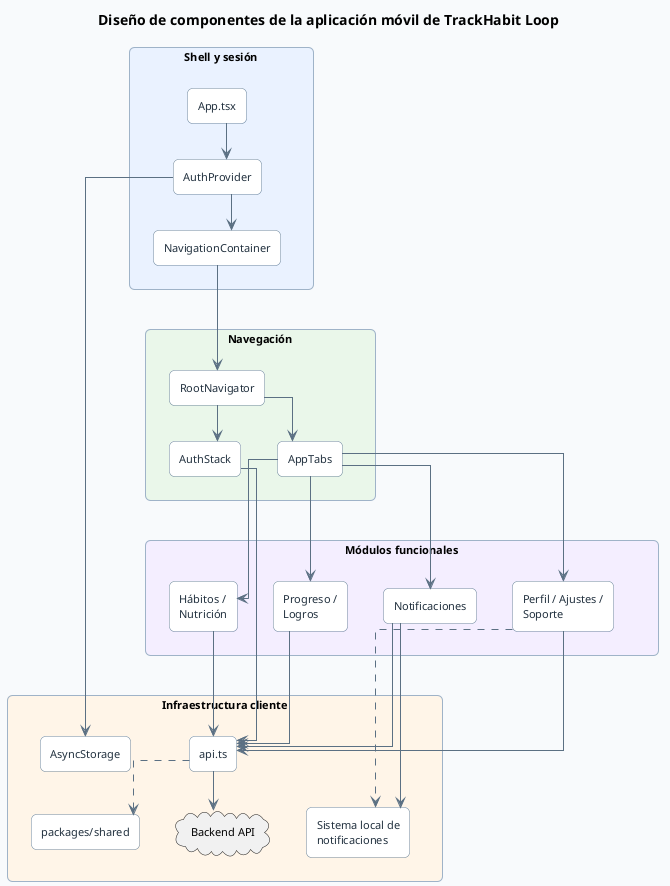
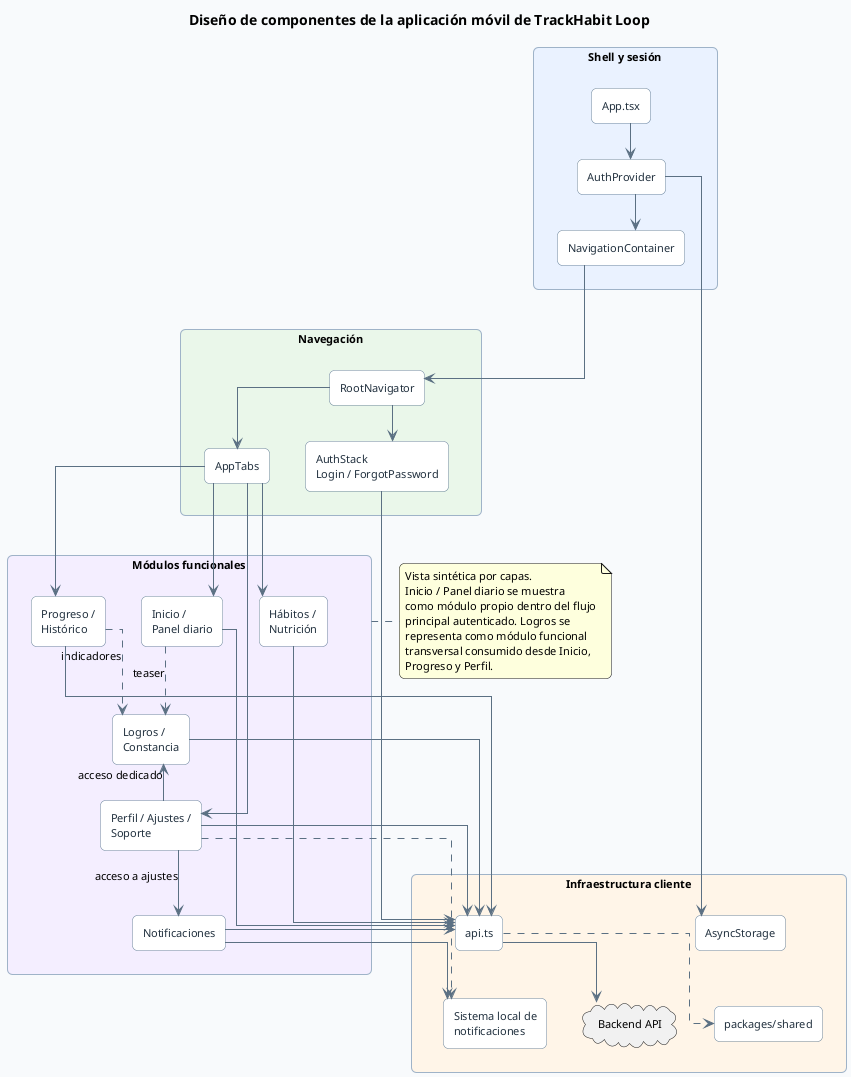
@startuml
hide circle
hide methods
hide stereotypes

skinparam backgroundColor #F8FAFC
skinparam shadowing false
skinparam roundcorner 10
skinparam defaultFontName Segoe UI
skinparam defaultFontSize 11
skinparam ArrowColor #5B7083
skinparam ArrowThickness 1
skinparam packageStyle rectangle
skinparam packageBorderColor #9FB3C8
skinparam componentStyle rectangle
skinparam componentBackgroundColor #FFFFFF
skinparam componentBorderColor #6E879D
skinparam componentFontColor #22313F
skinparam linetype ortho
skinparam nodesep 36
skinparam ranksep 36

title Diseño de componentes de la aplicación móvil de TrackHabit Loop

top to bottom direction

package "Shell y sesión" as mo_shell_box #EAF2FF {
  component "App.tsx" as mo_app
  component "AuthProvider" as mo_auth_provider
  component "NavigationContainer" as mo_nav_container

  mo_app -[hidden]right-> mo_auth_provider
  mo_auth_provider -[hidden]right-> mo_nav_container
}

package "Navegación" as mo_nav_box #EAF7EA {
  component "RootNavigator" as mo_root
-   component "AuthStack" as mo_auth_stack
+   component "AuthStack\nLogin / ForgotPassword" as mo_auth_stack
  component "AppTabs" as mo_tabs

  mo_root -[hidden]right-> mo_auth_stack
  mo_auth_stack -[hidden]right-> mo_tabs
}

package "Módulos funcionales" as mo_features #F4EEFF {
+   component "Inicio /\nPanel diario" as mo_home
  component "Hábitos /\nNutrición" as mo_habits
-   component "Progreso /\nLogros" as mo_progress
+   component "Progreso /\nHistórico" as mo_progress
+   component "Logros /\nConstancia" as mo_achievements
  component "Perfil / Ajustes /\nSoporte" as mo_profile
  component "Notificaciones" as mo_notifications

+   mo_home -[hidden]right-> mo_habits
  mo_habits -[hidden]right-> mo_progress
-   mo_progress -[hidden]right-> mo_profile
+   mo_progress -[hidden]right-> mo_achievements
+   mo_achievements -[hidden]right-> mo_profile
  mo_profile -[hidden]right-> mo_notifications
}

package "Infraestructura cliente" as mo_infra_box #FFF5E8 {
  component "api.ts" as mo_api
  component "AsyncStorage" as mo_storage
  component "packages/shared" as mo_shared
  component "Sistema local de\nnotificaciones" as mo_local_notif
  cloud "Backend API" as mo_backend

  mo_api -[hidden]right-> mo_storage
  mo_storage -[hidden]right-> mo_shared
  mo_shared -[hidden]right-> mo_local_notif
  mo_local_notif -[hidden]right-> mo_backend
}

+ note right of mo_features
+ Vista sintética por capas.
+ Inicio / Panel diario se muestra
+ como módulo propio dentro del flujo
+ principal autenticado. Logros se
+ representa como módulo funcional
+ transversal consumido desde Inicio,
+ Progreso y Perfil.
+ end note
+ 
mo_app --> mo_auth_provider
mo_auth_provider --> mo_nav_container
mo_nav_container --> mo_root

mo_root --> mo_auth_stack
mo_root --> mo_tabs

+ mo_tabs --> mo_home
mo_tabs --> mo_habits
mo_tabs --> mo_progress
mo_tabs --> mo_profile
- mo_tabs --> mo_notifications
+ 
+ mo_home ..> mo_achievements : teaser
+ mo_progress ..> mo_achievements : indicadores
+ mo_profile --> mo_achievements : acceso dedicado
+ mo_profile --> mo_notifications : acceso a ajustes

mo_auth_provider --> mo_storage
mo_auth_stack --> mo_api

+ mo_home --> mo_api
mo_habits --> mo_api
mo_progress --> mo_api
+ mo_achievements --> mo_api
mo_profile --> mo_api
mo_notifications --> mo_api

mo_notifications --> mo_local_notif
mo_profile ..> mo_local_notif

mo_api --> mo_backend
mo_api ..> mo_shared

mo_shell_box -[hidden]down-> mo_nav_box
mo_nav_box -[hidden]down-> mo_features
mo_features -[hidden]down-> mo_infra_box

@enduml
